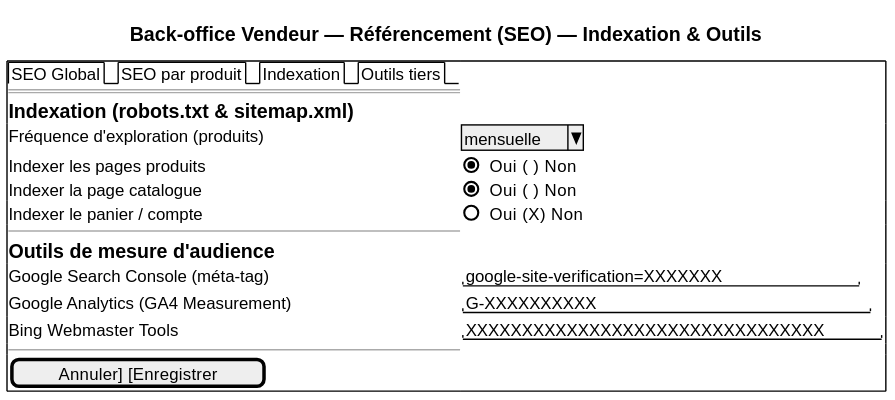
Before: architecture/04-physical-architecture/diagrams/ihm-bov-seo-indexation.svg, a diagram exported from PlantUML (louistalvande/online_shop). Source of this version:
```plantuml
@startsalt
title Back-office Vendeur — Référencement (SEO) — Indexation & Outils

{+
  {/ SEO Global | SEO par produit | Indexation | Outils tiers }
  ==
  == Indexation (robots.txt & sitemap.xml)
  Fréquence d'exploration (produits) | ^mensuelle^
  Indexer les pages produits          | (X) Oui  ( ) Non
  Indexer la page catalogue           | (X) Oui  ( ) Non
  Indexer le panier / compte          | ( ) Oui  (X) Non
  --
  == Outils de mesure d'audience
  Google Search Console (méta-tag)   | "google-site-verification=XXXXXXX   "
  Google Analytics (GA4 Measurement) | "G-XXXXXXXXXX                        "
  Bing Webmaster Tools               | "XXXXXXXXXXXXXXXXXXXXXXXXXXXXXXXX     "
  --
  [Annuler]  [Enregistrer]
}
@endsalt
```
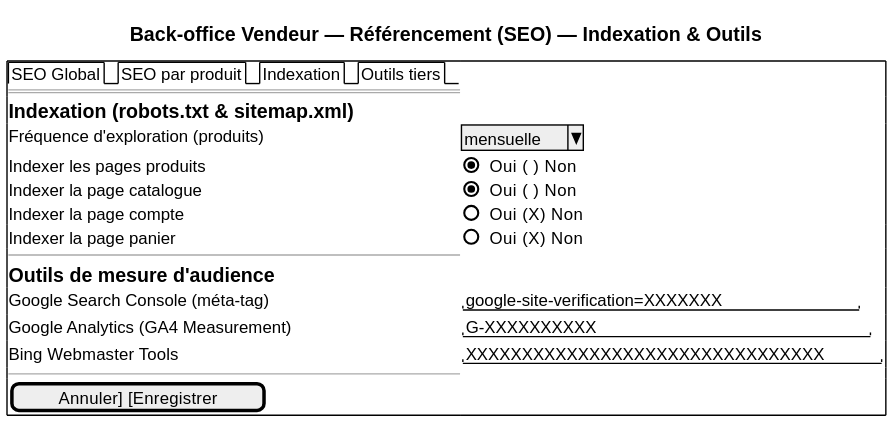
After the commit.

What changed in the source:
```diff
@@ -8,7 +8,8 @@
   Fréquence d'exploration (produits) | ^mensuelle^
   Indexer les pages produits          | (X) Oui  ( ) Non
   Indexer la page catalogue           | (X) Oui  ( ) Non
-  Indexer le panier / compte          | ( ) Oui  (X) Non
+  Indexer la page compte               | ( ) Oui  (X) Non
+  Indexer la page panier               | ( ) Oui  (X) Non
   --
   == Outils de mesure d'audience
   Google Search Console (méta-tag)   | "google-site-verification=XXXXXXX   "
```
